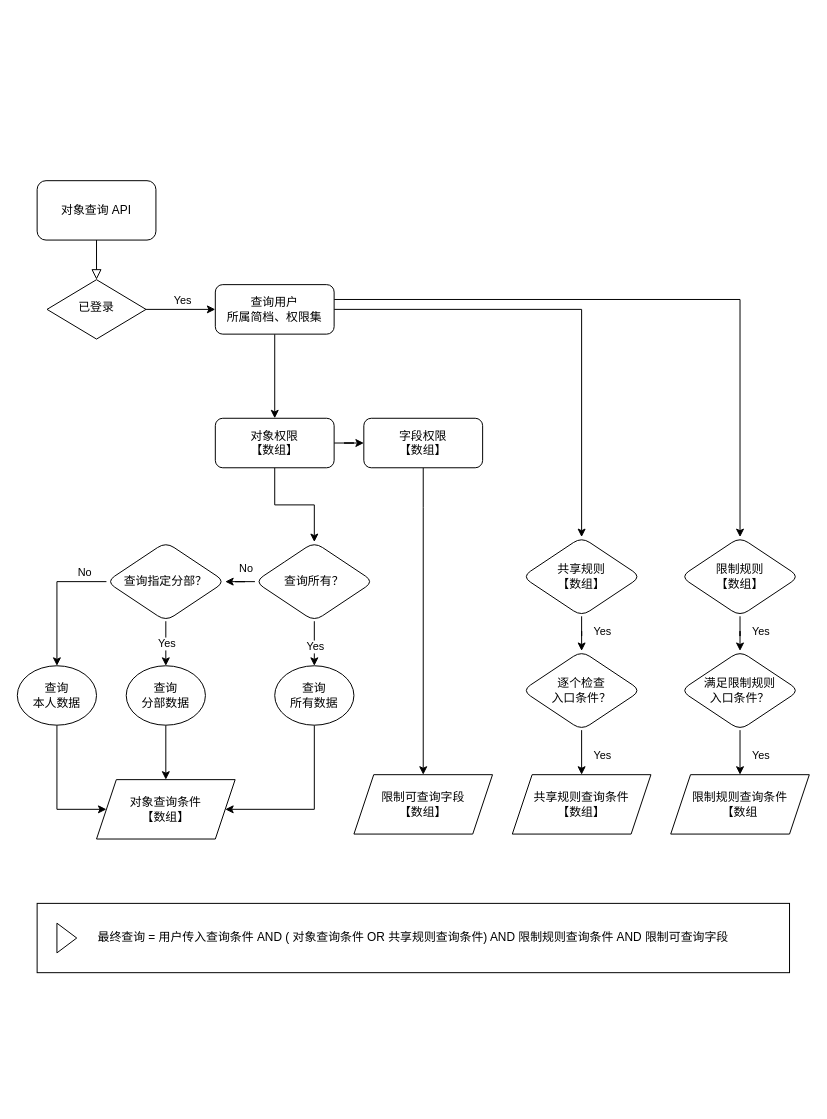
Above: docs/diagrams/权限计算-查询.drawio in steedos/steedos-platform (draw.io), before the change. Source tidied: cells renumbered, new cells numbered last; positions are measured from the earlier drawing's top-left corner, leaving out a move shared by most shapes. Both pictures are drawn from the tidied source at 99%, with x=0, y=0 at pixel (17, 180).
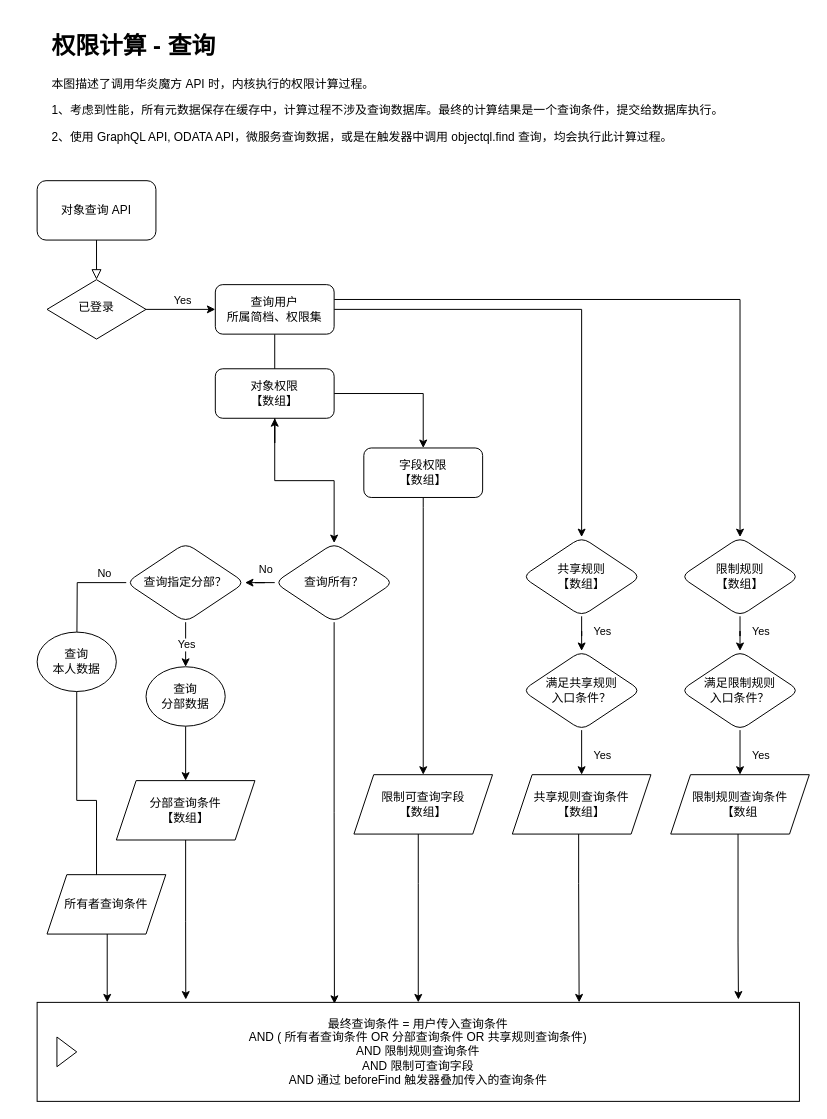
The same diagram, later.

Commit message:
Update 权限计算-查询.drawio

Unchanged cells that the change refers to:
```xml
<mxCell id="43" value="&lt;span&gt;共享规则查询条件&lt;/span&gt;&lt;br&gt;【数组】" style="shape=parallelogram;perimeter=parallelogramPerimeter;whiteSpace=wrap;html=1;fixedSize=1;" parent="1" vertex="1">
  <mxGeometry x="500" y="600" width="140" height="60" as="geometry" />
</mxCell>
<mxCell id="44" value="&lt;span&gt;限制规则查询条件&lt;/span&gt;&lt;br&gt;【数组" style="shape=parallelogram;perimeter=parallelogramPerimeter;whiteSpace=wrap;html=1;fixedSize=1;" parent="1" vertex="1">
  <mxGeometry x="660" y="600" width="140" height="60" as="geometry" />
</mxCell>
<mxCell id="49" value="限制可查询字段&lt;br&gt;【数组】" style="shape=parallelogram;perimeter=parallelogramPerimeter;whiteSpace=wrap;html=1;fixedSize=1;" parent="1" vertex="1">
  <mxGeometry x="340" y="600" width="140" height="60" as="geometry" />
</mxCell>
```

What changed in the source:
```diff
@@
-    <mxCell id="9" style="edgeStyle=orthogonalEdgeStyle;rounded=0;jettySize=auto;html=1;" parent="1" edge="1" source="11" target="41">
-      <mxGeometry relative="1" as="geometry" />
-    </mxCell>
-    <mxCell id="10" value="Yes" style="edgeLabel;html=1;align=center;verticalAlign=middle;" parent="9" vertex="1">
-      <mxGeometry x="0.11" relative="1" as="geometry" />
-    </mxCell>
+    <mxCell id="50" style="edgeStyle=orthogonalEdgeStyle;rounded=0;jettySize=auto;html=1;entryX=0.39;entryY=0.014;entryDx=0;entryDy=0;entryPerimeter=0;" parent="1" edge="1" source="11" target="45">
+      <mxGeometry relative="1" as="geometry" />
+    </mxCell>
     <mxCell id="11" value="查询所有？" style="rhombus;whiteSpace=wrap;html=1;rounded=1;glass=0;strokeWidth=1;shadow=0;" parent="1" vertex="1">
-      <mxGeometry x="240" y="365" width="120" height="80" as="geometry" />
+      <mxGeometry x="260" y="366" width="120" height="80" as="geometry" />
     </mxCell>
-    <mxCell id="12" style="edgeStyle=orthogonalEdgeStyle;rounded=0;jettySize=auto;html=1;entryX=0.5;entryY=0;entryDx=0;entryDy=0;" parent="1" edge="1" source="16" target="20">
-      <mxGeometry relative="1" as="geometry" />
+    <mxCell id="12" style="edgeStyle=orthogonalEdgeStyle;rounded=0;jettySize=auto;html=1;entryX=0.5;entryY=0;entryDx=0;entryDy=0;" parent="1" edge="1" source="16">
+      <mxGeometry relative="1" as="geometry">
+        <mxPoint x="60" y="491" as="targetPoint" />
+      </mxGeometry>
     </mxCell>
@@
     <mxCell id="16" value="查询指定分部？" style="rhombus;whiteSpace=wrap;html=1;rounded=1;glass=0;strokeWidth=1;shadow=0;" parent="1" vertex="1">
-      <mxGeometry x="90" y="365" width="120" height="80" as="geometry" />
+      <mxGeometry x="110" y="366" width="120" height="80" as="geometry" />
     </mxCell>
@@
     <mxCell id="18" value="查询&lt;br&gt;分部数据" style="ellipse;whiteSpace=wrap;html=1;rounded=1;glass=0;strokeWidth=1;shadow=0;" parent="1" vertex="1">
-      <mxGeometry x="110" y="490" width="80" height="60" as="geometry" />
+      <mxGeometry x="130" y="491" width="80" height="60" as="geometry" />
     </mxCell>
-    <mxCell id="19" style="edgeStyle=orthogonalEdgeStyle;rounded=0;jettySize=auto;html=1;" parent="1" edge="1" source="20" target="42">
-      <mxGeometry relative="1" as="geometry">
-        <Array as="points">
-          <mxPoint x="40" y="635" />
-        </Array>
-      </mxGeometry>
-    </mxCell>
+    <mxCell id="51" style="edgeStyle=orthogonalEdgeStyle;rounded=0;jettySize=auto;html=1;entryX=0.214;entryY=0.167;entryDx=0;entryDy=0;entryPerimeter=0;exitX=0.5;exitY=1;exitDx=0;exitDy=0;" parent="1" edge="1" source="20" target="57">
+      <mxGeometry relative="1" as="geometry">
+        <Array as="points">
+          <mxPoint x="60" y="626" />
+          <mxPoint x="80" y="626" />
+          <mxPoint x="80" y="711" />
+        </Array>
+      </mxGeometry>
+    </mxCell>
     <mxCell id="20" value="查询&lt;br&gt;本人数据" style="ellipse;whiteSpace=wrap;html=1;rounded=1;glass=0;strokeWidth=1;shadow=0;" parent="1" vertex="1">
-      <mxGeometry y="490" width="80" height="60" as="geometry" />
+      <mxGeometry x="20" y="456" width="80" height="60" as="geometry" />
     </mxCell>
@@
-    <mxCell id="26" value="逐个检查&lt;br&gt;入口条件？" style="rhombus;whiteSpace=wrap;html=1;rounded=1;glass=0;strokeWidth=1;shadow=0;" parent="1" vertex="1">
+    <mxCell id="26" value="满足共享规则&lt;br&gt;入口条件？" style="rhombus;whiteSpace=wrap;html=1;rounded=1;glass=0;strokeWidth=1;shadow=0;" parent="1" vertex="1">
       <mxGeometry x="510" y="475" width="120" height="80" as="geometry" />
     </mxCell>
@@
     <mxCell id="39" value="对象权限&lt;br&gt;【数组】" style="rounded=1;whiteSpace=wrap;html=1;fontSize=12;glass=0;strokeWidth=1;shadow=0;" parent="1" vertex="1">
-      <mxGeometry x="200" y="240" width="120" height="50" as="geometry" />
+      <mxGeometry x="200" y="190" width="120" height="50" as="geometry" />
     </mxCell>
-    <mxCell id="40" style="edgeStyle=orthogonalEdgeStyle;rounded=0;jettySize=auto;html=1;entryX=1;entryY=0.5;entryDx=0;entryDy=0;" parent="1" edge="1" source="41" target="42">
-      <mxGeometry relative="1" as="geometry">
-        <Array as="points">
-          <mxPoint x="300" y="635" />
-        </Array>
-      </mxGeometry>
-    </mxCell>
-    <mxCell id="41" value="查询&lt;br&gt;所有数据" style="ellipse;whiteSpace=wrap;html=1;rounded=1;glass=0;strokeWidth=1;shadow=0;" parent="1" vertex="1">
-      <mxGeometry x="260" y="490" width="80" height="60" as="geometry" />
-    </mxCell>
+    <mxCell id="52" style="edgeStyle=orthogonalEdgeStyle;rounded=0;jettySize=auto;html=1;entryX=0.195;entryY=-0.029;entryDx=0;entryDy=0;entryPerimeter=0;" parent="1" edge="1" source="42" target="45">
+      <mxGeometry relative="1" as="geometry" />
+    </mxCell>
-    <mxCell id="42" value="&lt;span&gt;对象查询条件&lt;br&gt;&lt;/span&gt;【数组】&lt;span&gt;&lt;br&gt;&lt;/span&gt;" style="shape=parallelogram;perimeter=parallelogramPerimeter;whiteSpace=wrap;html=1;fixedSize=1;" parent="1" vertex="1">
-      <mxGeometry x="80" y="605" width="140" height="60" as="geometry" />
+    <mxCell id="42" value="&lt;span&gt;分部查询条件&lt;br&gt;&lt;/span&gt;【数组】&lt;span&gt;&lt;br&gt;&lt;/span&gt;" style="shape=parallelogram;perimeter=parallelogramPerimeter;whiteSpace=wrap;html=1;fixedSize=1;" parent="1" vertex="1">
+      <mxGeometry x="100" y="606" width="140" height="60" as="geometry" />
     </mxCell>
+    <mxCell id="53" style="edgeStyle=orthogonalEdgeStyle;rounded=0;jettySize=auto;html=1;entryX=0.711;entryY=0;entryDx=0;entryDy=0;entryPerimeter=0;" parent="1" edge="1" source="43" target="45">
+      <mxGeometry relative="1" as="geometry">
+        <Array as="points">
+          <mxPoint x="567" y="710" />
+          <mxPoint x="567" y="710" />
+        </Array>
+      </mxGeometry>
+    </mxCell>
@@
+    <mxCell id="54" style="edgeStyle=orthogonalEdgeStyle;rounded=0;jettySize=auto;html=1;entryX=0.92;entryY=-0.029;entryDx=0;entryDy=0;entryPerimeter=0;" parent="1" edge="1" source="44" target="45">
+      <mxGeometry relative="1" as="geometry">
+        <Array as="points">
+          <mxPoint x="728" y="770" />
+          <mxPoint x="728" y="770" />
+        </Array>
+      </mxGeometry>
+    </mxCell>
@@
-    <mxCell id="45" value="最终查询 = 用户传入查询条件 AND ( 对象查询条件 OR 共享规则查询条件) AND 限制规则查询条件 AND 限制可查询字段" style="html=1;whiteSpace=wrap;" parent="1" vertex="1">
-      <mxGeometry x="20" y="730" width="760" height="70" as="geometry" />
+    <mxCell id="45" value="最终查询条件 = 用户传入查询条件&lt;br&gt;AND ( 所有者查询条件 OR 分部查询条件 OR 共享规则查询条件) &lt;br&gt;AND 限制规则查询条件 &lt;br&gt;AND 限制可查询字段&lt;br&gt;AND 通过 beforeFind 触发器叠加传入的查询条件" style="html=1;whiteSpace=wrap;" parent="1" vertex="1">
+      <mxGeometry x="20" y="830" width="770" height="100" as="geometry" />
     </mxCell>
     <mxCell id="46" style="triangle;html=1;whiteSpace=wrap;" parent="45" vertex="1">
-      <mxGeometry x="20" y="20" width="20" height="30" as="geometry" />
+      <mxGeometry x="20" y="35" width="20" height="30" as="geometry" />
     </mxCell>
@@
     <mxCell id="48" value="字段权限&lt;br&gt;【数组】" style="rounded=1;whiteSpace=wrap;html=1;fontSize=12;glass=0;strokeWidth=1;shadow=0;" parent="1" vertex="1">
-      <mxGeometry x="350" y="240" width="120" height="50" as="geometry" />
+      <mxGeometry x="350" y="270" width="120" height="50" as="geometry" />
     </mxCell>
+    <mxCell id="55" style="edgeStyle=orthogonalEdgeStyle;rounded=0;jettySize=auto;html=1;entryX=0.5;entryY=0;entryDx=0;entryDy=0;" parent="1" edge="1" source="49" target="45">
+      <mxGeometry relative="1" as="geometry">
+        <Array as="points">
+          <mxPoint x="405" y="710" />
+          <mxPoint x="405" y="710" />
+        </Array>
+      </mxGeometry>
+    </mxCell>
@@
+    <mxCell id="56" style="edgeStyle=orthogonalEdgeStyle;rounded=0;jettySize=auto;html=1;entryX=0.066;entryY=-0.014;entryDx=0;entryDy=0;entryPerimeter=0;" parent="1" edge="1" source="57">
+      <mxGeometry relative="1" as="geometry">
+        <mxPoint x="90.8" y="830" as="targetPoint" />
+        <Array as="points">
+          <mxPoint x="90" y="830" />
+        </Array>
+      </mxGeometry>
+    </mxCell>
+    <mxCell id="57" value="&lt;span&gt;所有者查询条件&lt;/span&gt;&lt;span&gt;&lt;br&gt;&lt;/span&gt;" style="shape=parallelogram;perimeter=parallelogramPerimeter;whiteSpace=wrap;html=1;fixedSize=1;" parent="1" vertex="1">
+      <mxGeometry x="30" y="701" width="120" height="60" as="geometry" />
+    </mxCell>
+    <mxCell id="58" value="&lt;h1&gt;权限计算 - 查询&lt;/h1&gt;&lt;p&gt;本图描述了调用华炎魔方 API 时，内核执行的权限计算过程。&lt;/p&gt;&lt;p&gt;1、考虑到性能，所有元数据保存在缓存中，计算过程不涉及查询数据库。&lt;span&gt;最终的计算结果是一个查询条件，提交给数据库执行。&lt;/span&gt;&lt;/p&gt;&lt;p&gt;&lt;span&gt;2、使用 GraphQL API, ODATA API，微服务查询数据，或是在触发器中调用 objectql.find 查询，均会执行此计算过程。&lt;/span&gt;&lt;/p&gt;&lt;p&gt;&lt;span&gt;&lt;br&gt;&lt;/span&gt;&lt;/p&gt;" style="text;html=1;strokeColor=none;fillColor=none;spacing=5;spacingTop=-20;whiteSpace=wrap;overflow=hidden;rounded=0;" parent="1" vertex="1">
+      <mxGeometry x="30" y="-155" width="770" height="120" as="geometry" />
+    </mxCell>
```
